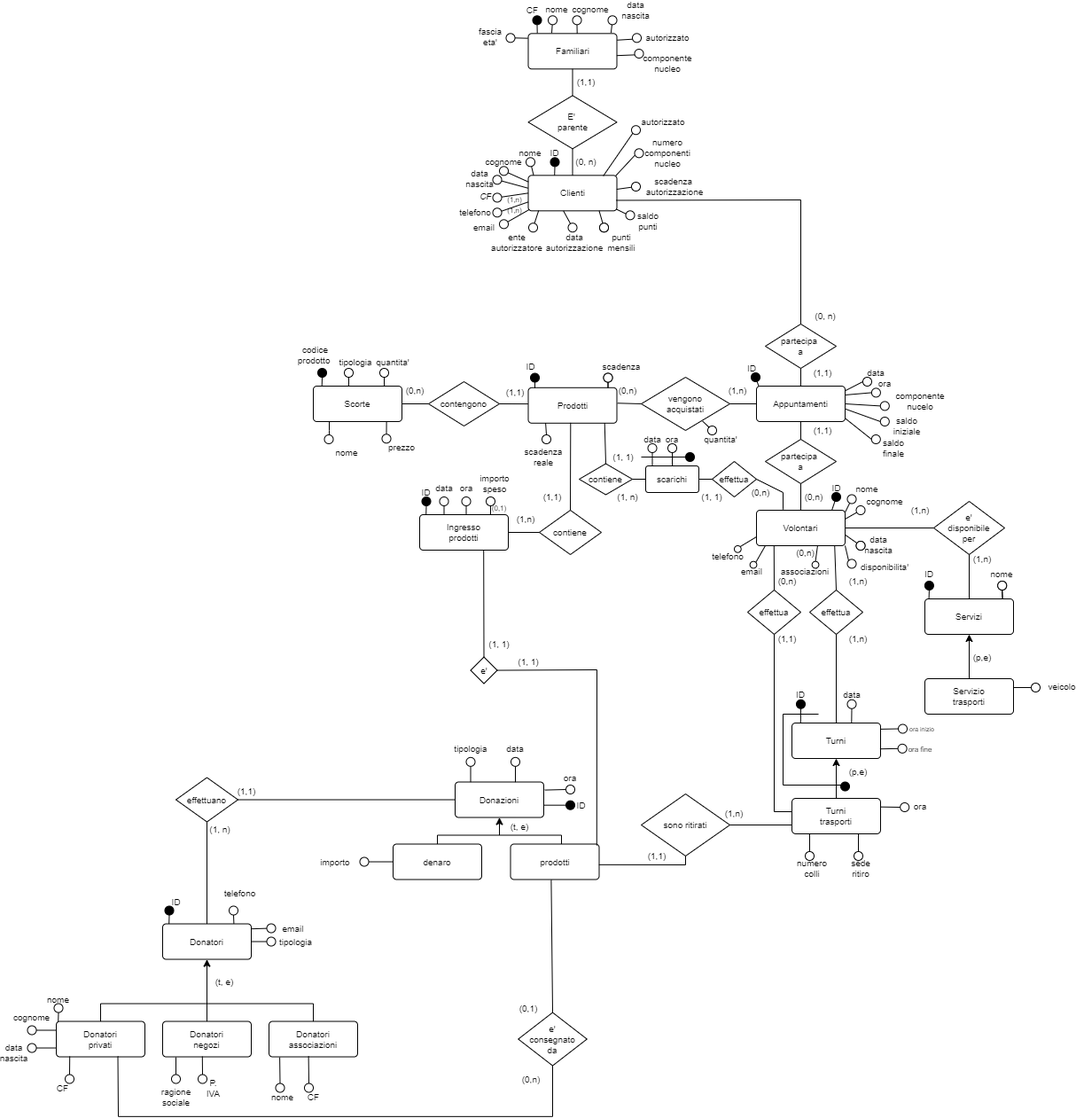
Before: parte_1/deliverable/media/social_market_v2.drawio.png, a diagram exported from draw.io (ChristianParodi/progetto-BDD). Source tidied: cells renumbered, new cells last; positions are measured from the earlier drawing's top-left corner, leaving out a move shared by most shapes.
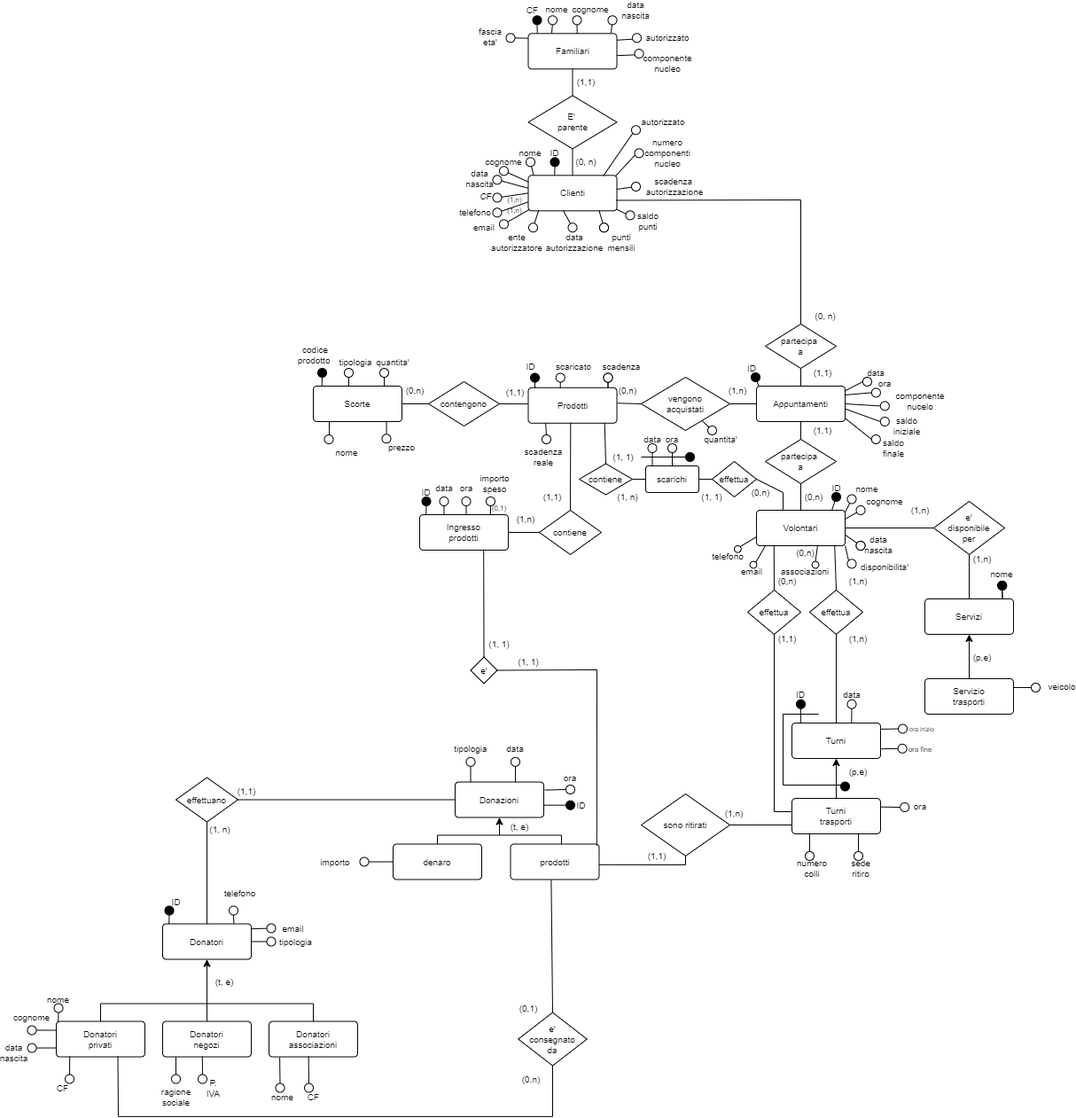
After the change.

Change to the diagram source:
```diff
@@ -821,15 +821,6 @@
     <mxCell id="254" value="ID" style="text;html=1;strokeColor=none;fillColor=none;align=center;verticalAlign=middle;whiteSpace=wrap;rounded=0;fontSize=10;" parent="1" vertex="1">
       <mxGeometry x="640" y="897.7" width="25" height="10" as="geometry" />
     </mxCell>
-    <mxCell id="255" style="endArrow=none;html=1;rounded=0;exitX=0.046;exitY=-0.014;exitDx=0;exitDy=0;exitPerimeter=0;entryX=0.5;entryY=1;entryDx=0;entryDy=0;fontSize=10;" parent="1" edge="1" source="15" target="257">
-      <mxGeometry relative="1" as="geometry" />
-    </mxCell>
-    <mxCell id="256" value="ID" style="text;html=1;strokeColor=none;fillColor=none;align=center;verticalAlign=middle;whiteSpace=wrap;rounded=0;fontSize=10;" parent="1" vertex="1">
-      <mxGeometry x="1029.8" y="635.4" width="30" height="12.3" as="geometry" />
-    </mxCell>
-    <mxCell id="257" style="ellipse;whiteSpace=wrap;html=1;fillColor=#000000;fontSize=10;" parent="1" vertex="1">
-      <mxGeometry x="1039.9" y="650" width="10" height="10" as="geometry" />
-    </mxCell>
     <mxCell id="258" style="endArrow=none;html=1;rounded=0;exitX=0.876;exitY=-0.009;exitDx=0;exitDy=0;exitPerimeter=0;entryX=0.5;entryY=1;entryDx=0;entryDy=0;fontSize=10;" parent="1" edge="1" source="15" target="260">
       <mxGeometry relative="1" as="geometry" />
     </mxCell>
@@ -848,7 +839,7 @@
     <mxCell id="263" style="ellipse;whiteSpace=wrap;html=1;fontSize=10;" parent="1" vertex="1">
       <mxGeometry x="1160" y="765" width="10" height="10" as="geometry" />
     </mxCell>
-    <mxCell id="264" style="ellipse;whiteSpace=wrap;html=1;fontSize=10;" parent="1" vertex="1">
+    <mxCell id="264" style="ellipse;whiteSpace=wrap;html=1;fontSize=10;fillColor=#000000;" parent="1" vertex="1">
       <mxGeometry x="1122.2" y="650" width="10" height="10" as="geometry" />
     </mxCell>
     <mxCell id="265" style="endArrow=none;html=1;rounded=0;exitX=0.876;exitY=-0.009;exitDx=0;exitDy=0;exitPerimeter=0;entryX=0.5;entryY=1;entryDx=0;entryDy=0;fontSize=10;" parent="1" edge="1" target="264">
@@ -1229,5 +1220,16 @@
     <mxCell id="366" value="(0,1)" style="text;html=1;strokeColor=none;fillColor=none;align=center;verticalAlign=middle;whiteSpace=wrap;rounded=0;fontSize=8;" parent="1" vertex="1">
       <mxGeometry x="545" y="562.5" width="30" height="10" as="geometry" />
     </mxCell>
+    <mxCell id="367" value="scaricato&lt;br&gt;" style="text;html=1;strokeColor=none;fillColor=none;align=center;verticalAlign=middle;whiteSpace=wrap;rounded=0;fontSize=10;" parent="1" vertex="1">
+      <mxGeometry x="628.8" y="403" width="30" height="10" as="geometry" />
+    </mxCell>
+    <mxCell id="368" style="endArrow=none;html=1;rounded=0;fontSize=10;" parent="1" edge="1" target="369">
+      <mxGeometry relative="1" as="geometry">
+        <mxPoint x="628.8" y="431.8" as="sourcePoint" />
+      </mxGeometry>
+    </mxCell>
+    <mxCell id="369" style="ellipse;whiteSpace=wrap;html=1;fontSize=10;" parent="1" vertex="1">
+      <mxGeometry x="623.8" y="415.5" width="10" height="10" as="geometry" />
+    </mxCell>
   </root>
 </mxGraphModel>
```
